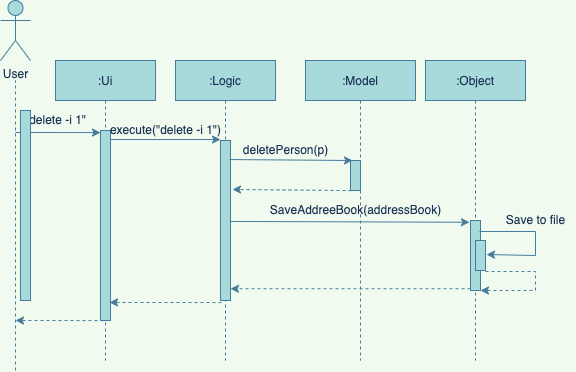
This is docs/images/ArchSequenceDiagram.png from yunbinmo/tp, a draw.io export, as it was before one commit. Source tidied: cells renumbered, new cells last; positions are measured from the earlier drawing's top-left corner, leaving out a move shared by most shapes.
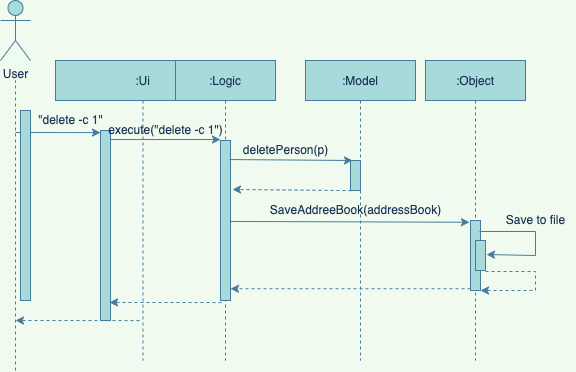
After the change.

The edit, as a diff of the source:
```diff
@@ -3,7 +3,7 @@
     <mxCell id="0" />
     <mxCell id="1" parent="0" />
     <mxCell id="2" value=":Ui" style="shape=umlLifeline;perimeter=lifelinePerimeter;rounded=0;shadow=0;strokeWidth=1;fillColor=#A8DADC;strokeColor=#457B9D;fontColor=#1D3557;" parent="1" vertex="1">
-      <mxGeometry x="55" y="60" width="100" height="300" as="geometry" />
+      <mxGeometry x="55" y="60" width="175" height="300" as="geometry" />
     </mxCell>
     <mxCell id="3" style="points=[];perimeter=orthogonalPerimeter;rounded=0;shadow=0;strokeWidth=1;fillColor=#A8DADC;strokeColor=#457B9D;fontColor=#1D3557;" parent="2" vertex="1">
       <mxGeometry x="45" y="70" width="10" height="190" as="geometry" />
@@ -13,14 +13,17 @@
         <mxPoint x="-40" y="72" as="sourcePoint" />
       </mxGeometry>
     </mxCell>
-    <mxCell id="5" value="&quot;delete -i 1&quot;" style="text;html=1;align=center;verticalAlign=middle;strokeColor=none;fillColor=none;fontColor=#1D3557;" parent="2" vertex="1">
-      <mxGeometry x="-40" y="50" width="80" height="20" as="geometry" />
+    <mxCell id="5" value="&quot;delete -c 1&quot;" style="text;html=1;align=center;verticalAlign=middle;strokeColor=none;fillColor=none;fontColor=#1D3557;" parent="2" vertex="1">
+      <mxGeometry x="-25" y="50" width="80" height="20" as="geometry" />
     </mxCell>
     <mxCell id="6" style="endArrow=classic;html=1;rounded=0;exitX=0.48;exitY=0.867;exitDx=0;exitDy=0;exitPerimeter=0;dashed=1;labelBackgroundColor=#F1FAEE;strokeColor=#457B9D;fontColor=#1D3557;" parent="2" edge="1" source="2">
       <mxGeometry relative="1" as="geometry">
         <mxPoint x="-40" y="260" as="targetPoint" />
       </mxGeometry>
     </mxCell>
+    <mxCell id="17" value="execute(&quot;delete -c 1&quot;)" style="text;html=1;align=center;verticalAlign=middle;strokeColor=none;fillColor=none;fontColor=#1D3557;" parent="2" vertex="1">
+      <mxGeometry x="45" y="60" width="130" height="20" as="geometry" />
+    </mxCell>
     <mxCell id="7" value=":Logic" style="shape=umlLifeline;perimeter=lifelinePerimeter;rounded=0;shadow=0;strokeWidth=1;fillColor=#A8DADC;strokeColor=#457B9D;fontColor=#1D3557;" parent="1" vertex="1">
       <mxGeometry x="175" y="60" width="100" height="300" as="geometry" />
     </mxCell>
@@ -56,9 +59,6 @@
     <mxCell id="16" style="endArrow=classic;html=1;rounded=0;exitX=0.1;exitY=1.013;exitDx=0;exitDy=0;exitPerimeter=0;dashed=1;entryX=0.9;entryY=0.905;entryDx=0;entryDy=0;entryPerimeter=0;labelBackgroundColor=#F1FAEE;strokeColor=#457B9D;fontColor=#1D3557;" parent="1" edge="1" source="8" target="3">
       <mxGeometry relative="1" as="geometry" />
     </mxCell>
-    <mxCell id="17" value="execute(&quot;delete -i 1&quot;)" style="text;html=1;align=center;verticalAlign=middle;strokeColor=none;fillColor=none;fontColor=#1D3557;" parent="1" vertex="1">
-      <mxGeometry x="100" y="120" width="130" height="20" as="geometry" />
-    </mxCell>
     <mxCell id="18" style="endArrow=classic;html=1;rounded=0;entryX=0.2;entryY=0;entryDx=0;entryDy=0;entryPerimeter=0;exitX=0.9;exitY=0.119;exitDx=0;exitDy=0;exitPerimeter=0;labelBackgroundColor=#F1FAEE;strokeColor=#457B9D;fontColor=#1D3557;" parent="1" edge="1" source="8" target="12">
       <mxGeometry relative="1" as="geometry" />
     </mxCell>
```
